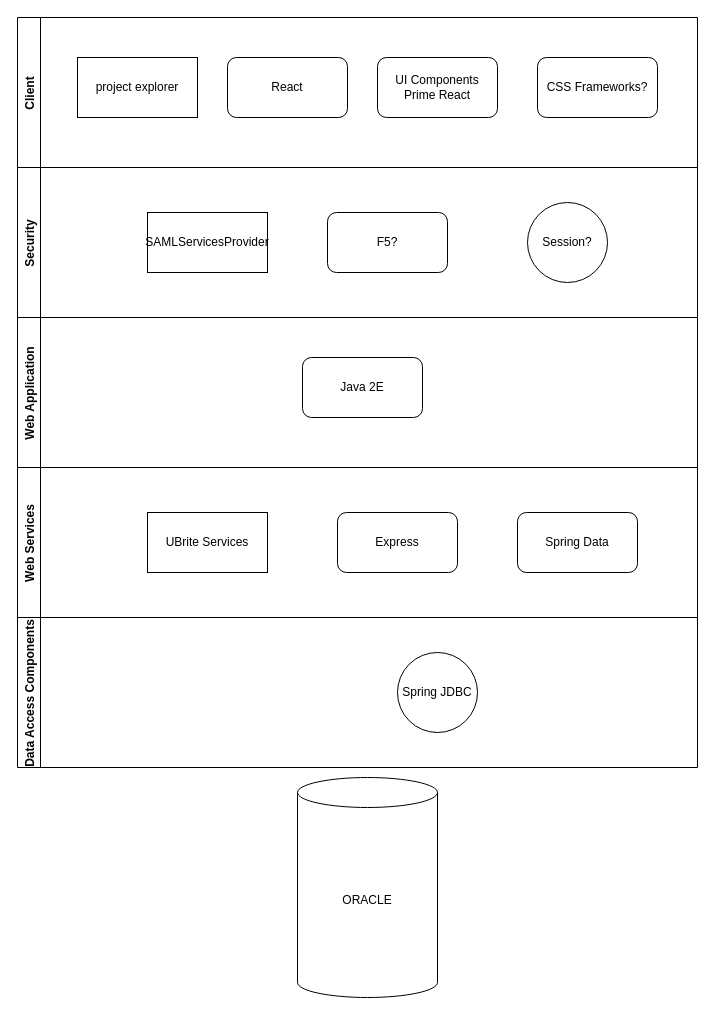
Earlier version of the draw.io diagram page "Current" (1 of 4) of Tech Stack Options.drawio (ntimkovich/UAB-II-Diagrams). Source tidied: cells renumbered, new cells numbered last; positions are measured from the earlier drawing's top-left corner, leaving out a move shared by most shapes. Both pictures are drawn from the tidied source at 100%, with x=0, y=0 at pixel (17, 17).
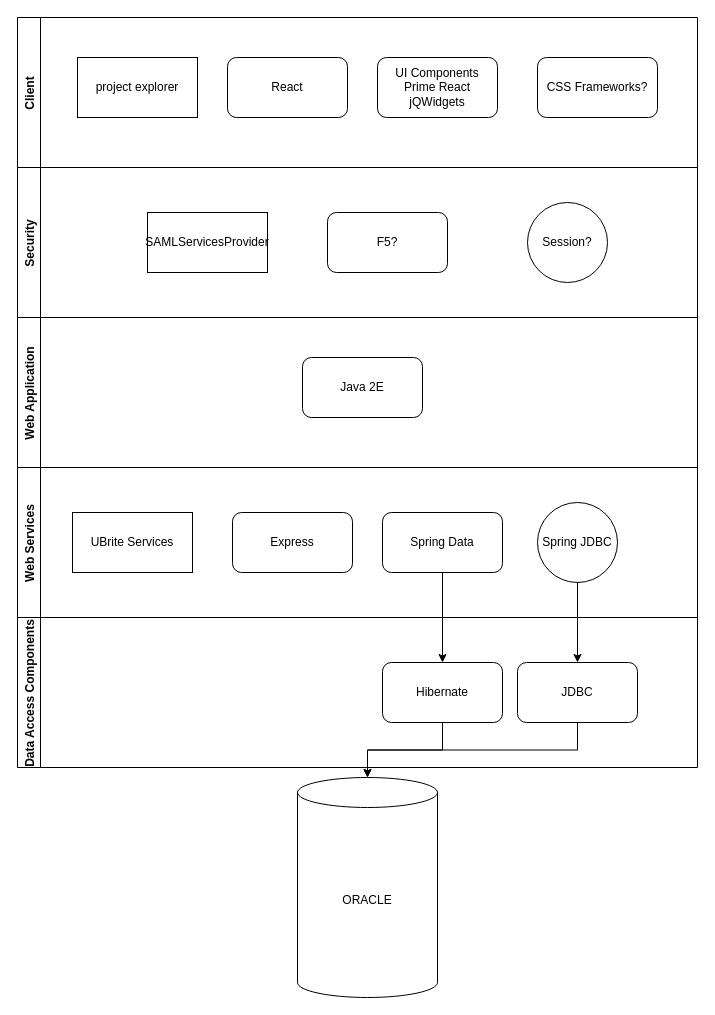
After the change.

Unchanged cells that the change refers to:
```xml
<mxCell id="2" value="ORACLE" style="shape=cylinder3;whiteSpace=wrap;html=1;boundedLbl=1;backgroundOutline=1;size=15;" parent="1" vertex="1">
  <mxGeometry x="280" y="760" width="140" height="220" as="geometry" />
</mxCell>
<mxCell id="3" value="Data Access Components" style="swimlane;horizontal=0;" parent="1" vertex="1">
  <mxGeometry y="600" width="680" height="150" as="geometry" />
</mxCell>
<mxCell id="7" value="Client" style="swimlane;horizontal=0;startSize=23;" parent="1" vertex="1">
  <mxGeometry width="680" height="150" as="geometry" />
</mxCell>
<mxCell id="16" value="Web Services" style="swimlane;horizontal=0;" parent="1" vertex="1">
  <mxGeometry y="450" width="680" height="150" as="geometry" />
</mxCell>
```

Diff of the diagram source:
```diff
@@
-    <mxCell id="4" value="Spring JDBC" style="ellipse;whiteSpace=wrap;html=1;" parent="3" vertex="1">
-      <mxGeometry x="380" y="35" width="80" height="80" as="geometry" />
-    </mxCell>
+    <mxCell id="20" value="Hibernate" style="rounded=1;whiteSpace=wrap;html=1;" parent="3" vertex="1">
+      <mxGeometry x="365" y="45" width="120" height="60" as="geometry" />
+    </mxCell>
+    <mxCell id="21" value="JDBC" style="rounded=1;whiteSpace=wrap;html=1;" parent="3" vertex="1">
+      <mxGeometry x="500" y="45" width="120" height="60" as="geometry" />
+    </mxCell>
@@
-    <mxCell id="10" value="UI Components&lt;br&gt;Prime React" style="rounded=1;whiteSpace=wrap;html=1;" parent="7" vertex="1">
+    <mxCell id="10" value="UI Components&lt;br&gt;Prime React&lt;br&gt;jQWidgets" style="rounded=1;whiteSpace=wrap;html=1;" parent="7" vertex="1">
       <mxGeometry x="360" y="40" width="120" height="60" as="geometry" />
     </mxCell>
@@
     <mxCell id="17" value="Express" style="rounded=1;whiteSpace=wrap;html=1;" parent="16" vertex="1">
-      <mxGeometry x="320" y="45" width="120" height="60" as="geometry" />
+      <mxGeometry x="215" y="45" width="120" height="60" as="geometry" />
     </mxCell>
     <mxCell id="18" value="Spring Data" style="rounded=1;whiteSpace=wrap;html=1;" parent="16" vertex="1">
-      <mxGeometry x="500" y="45" width="120" height="60" as="geometry" />
+      <mxGeometry x="365" y="45" width="120" height="60" as="geometry" />
     </mxCell>
     <mxCell id="19" value="UBrite Services" style="rounded=0;whiteSpace=wrap;html=1;" parent="16" vertex="1">
-      <mxGeometry x="130" y="45" width="120" height="60" as="geometry" />
+      <mxGeometry x="55" y="45" width="120" height="60" as="geometry" />
     </mxCell>
+    <mxCell id="4" value="Spring JDBC" style="ellipse;whiteSpace=wrap;html=1;" parent="16" vertex="1">
+      <mxGeometry x="520" y="35" width="80" height="80" as="geometry" />
+    </mxCell>
+    <mxCell id="22" style="edgeStyle=orthogonalEdgeStyle;rounded=0;jettySize=auto;html=1;" parent="1" edge="1" source="18" target="20">
+      <mxGeometry relative="1" as="geometry" />
+    </mxCell>
+    <mxCell id="23" style="edgeStyle=orthogonalEdgeStyle;rounded=0;jettySize=auto;html=1;" parent="1" edge="1" source="4" target="21">
+      <mxGeometry relative="1" as="geometry" />
+    </mxCell>
+    <mxCell id="24" style="edgeStyle=orthogonalEdgeStyle;rounded=0;jettySize=auto;html=1;" parent="1" edge="1" source="20" target="2">
+      <mxGeometry relative="1" as="geometry" />
+    </mxCell>
+    <mxCell id="25" style="edgeStyle=orthogonalEdgeStyle;rounded=0;jettySize=auto;html=1;exitX=0.5;exitY=1;exitDx=0;exitDy=0;entryX=0.5;entryY=0;entryDx=0;entryDy=0;entryPerimeter=0;" parent="1" edge="1" source="21" target="2">
+      <mxGeometry relative="1" as="geometry" />
+    </mxCell>
```
